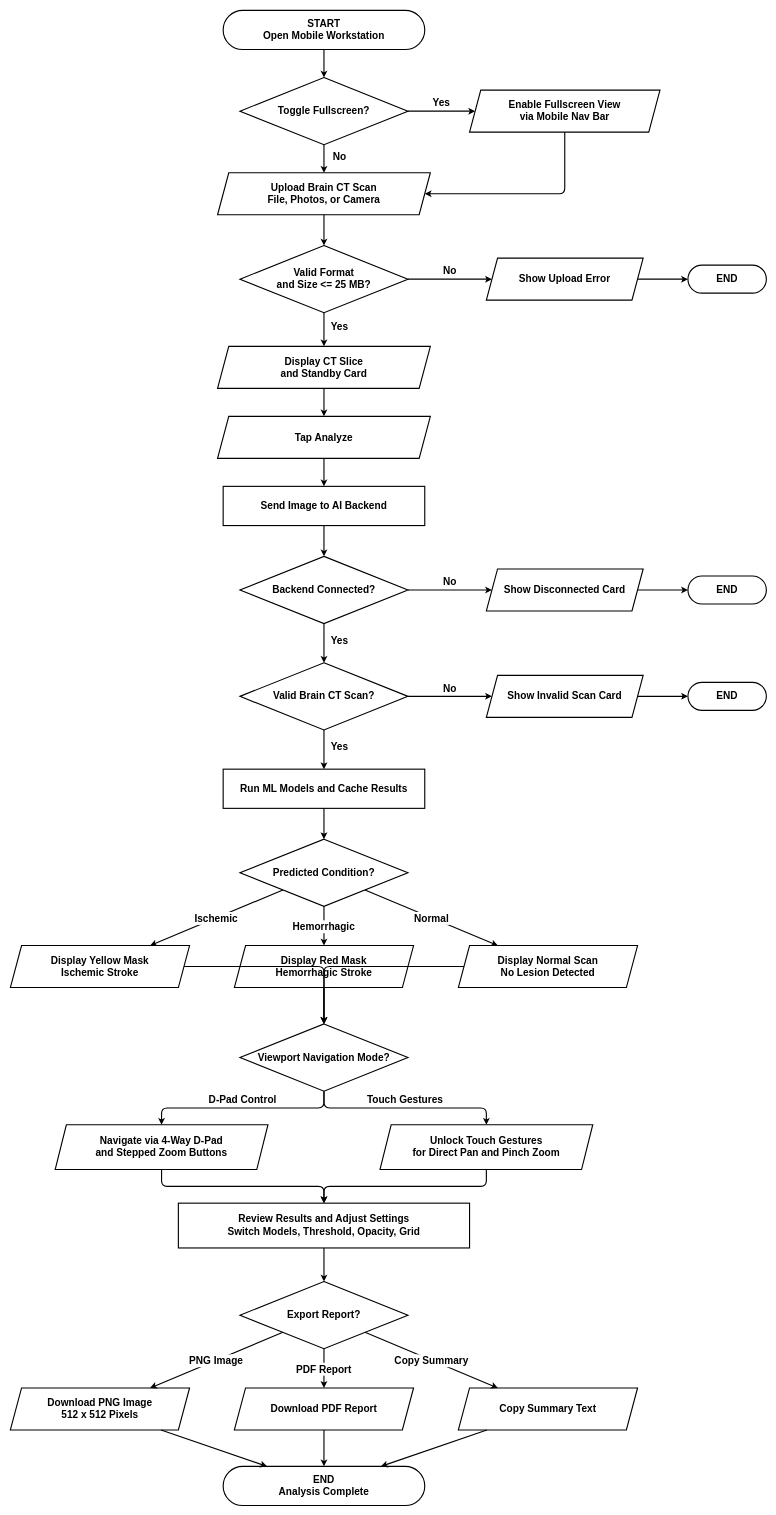
Above: page "Mobile Workflow" (2 of 2) of workflow-flowchart.drawio in Cell1991/nu-stroke-scan (draw.io), before the change. Source tidied: cells renumbered, new cells numbered last; positions are measured from the earlier drawing's top-left corner, leaving out a move shared by most shapes. Both pictures are drawn from the tidied source at 56%, with x=0, y=0 at pixel (10, 10).
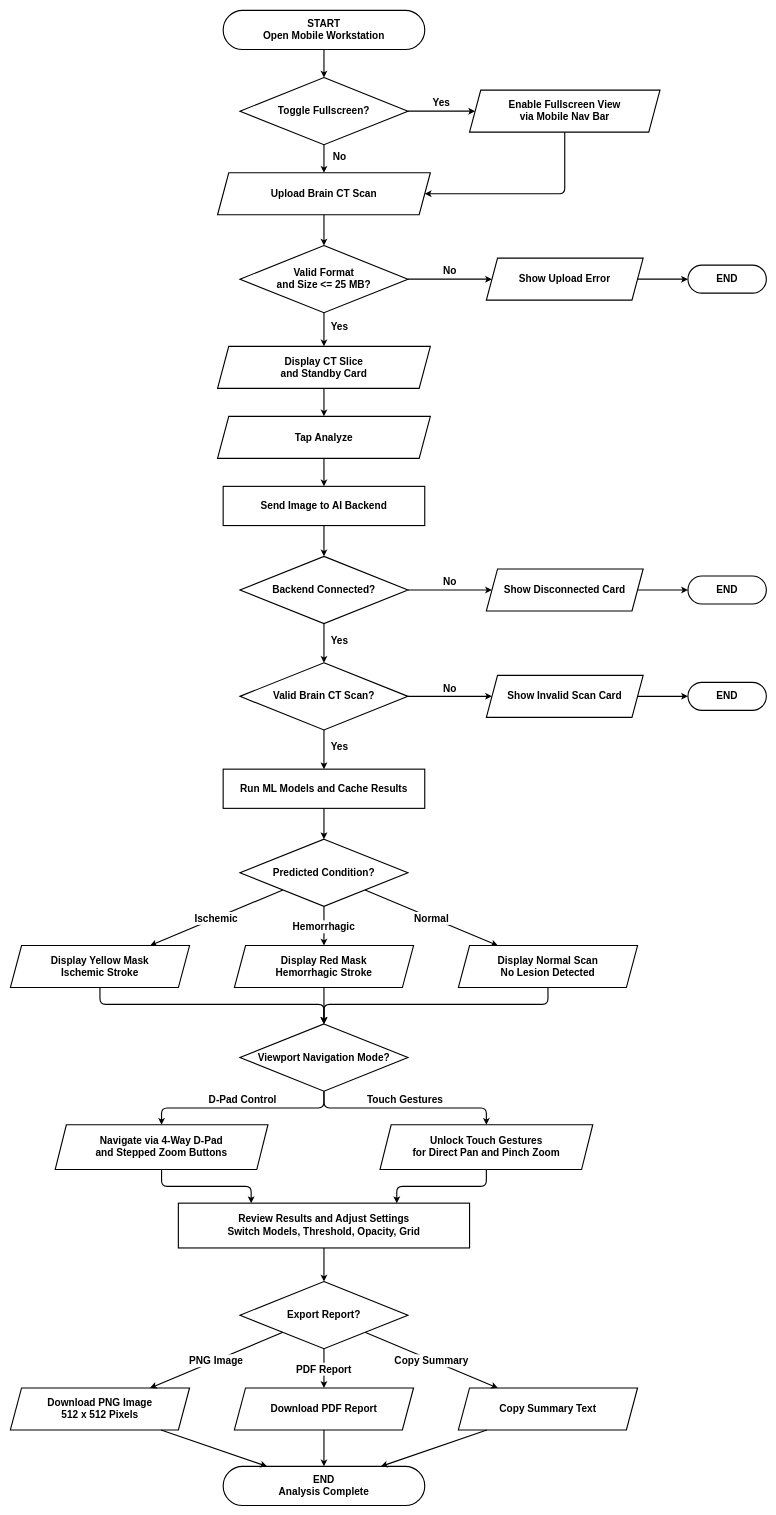
The same page after the edit.

Commit message (it also covers changes not shown here):
fix(diagrams): remove camera mode and fix overlapping orthogonal lines into dec_nav

Unchanged cells that the change refers to:
```xml
<mxCell id="20" value="Display Yellow Mask&#10;Ischemic Stroke" style="shape=parallelogram;perimeter=parallelogramPerimeter;whiteSpace=wrap;html=1;fixedSize=1;fillColor=#FFFFFF;strokeColor=#000000;strokeWidth=2;fontColor=#000000;fontFamily=Arial,Helvetica,sans-serif;fontStyle=1;fontSize=18;" parent="1" vertex="1">
  <mxGeometry y="1670" width="320" height="75" as="geometry" />
</mxCell>
<mxCell id="21" value="Display Red Mask&#10;Hemorrhagic Stroke" style="shape=parallelogram;perimeter=parallelogramPerimeter;whiteSpace=wrap;html=1;fixedSize=1;fillColor=#FFFFFF;strokeColor=#000000;strokeWidth=2;fontColor=#000000;fontFamily=Arial,Helvetica,sans-serif;fontStyle=1;fontSize=18;" parent="1" vertex="1">
  <mxGeometry x="400" y="1670" width="320" height="75" as="geometry" />
</mxCell>
<mxCell id="22" value="Display Normal Scan&#10;No Lesion Detected" style="shape=parallelogram;perimeter=parallelogramPerimeter;whiteSpace=wrap;html=1;fixedSize=1;fillColor=#FFFFFF;strokeColor=#000000;strokeWidth=2;fontColor=#000000;fontFamily=Arial,Helvetica,sans-serif;fontStyle=1;fontSize=18;" parent="1" vertex="1">
  <mxGeometry x="800" y="1670" width="320" height="75" as="geometry" />
</mxCell>
<mxCell id="23" value="Viewport Navigation Mode?" style="rhombus;whiteSpace=wrap;html=1;fillColor=#FFFFFF;strokeColor=#000000;strokeWidth=2;fontColor=#000000;fontFamily=Arial,Helvetica,sans-serif;fontStyle=1;fontSize=18;" parent="1" vertex="1">
  <mxGeometry x="410" y="1810" width="300" height="120" as="geometry" />
</mxCell>
<mxCell id="24" value="Navigate via 4-Way D-Pad&#10;and Stepped Zoom Buttons" style="shape=parallelogram;perimeter=parallelogramPerimeter;whiteSpace=wrap;html=1;fixedSize=1;fillColor=#FFFFFF;strokeColor=#000000;strokeWidth=2;fontColor=#000000;fontFamily=Arial,Helvetica,sans-serif;fontStyle=1;fontSize=18;" parent="1" vertex="1">
  <mxGeometry x="80" y="1990" width="380" height="80" as="geometry" />
</mxCell>
<mxCell id="25" value="Unlock Touch Gestures&#10;for Direct Pan and Pinch Zoom" style="shape=parallelogram;perimeter=parallelogramPerimeter;whiteSpace=wrap;html=1;fixedSize=1;fillColor=#FFFFFF;strokeColor=#000000;strokeWidth=2;fontColor=#000000;fontFamily=Arial,Helvetica,sans-serif;fontStyle=1;fontSize=18;" parent="1" vertex="1">
  <mxGeometry x="660" y="1990" width="380" height="80" as="geometry" />
</mxCell>
<mxCell id="26" value="Review Results and Adjust Settings&#10;Switch Models, Threshold, Opacity, Grid" style="rounded=0;whiteSpace=wrap;html=1;fillColor=#FFFFFF;strokeColor=#000000;strokeWidth=2;fontColor=#000000;fontFamily=Arial,Helvetica,sans-serif;fontStyle=1;fontSize=18;" parent="1" vertex="1">
  <mxGeometry x="300" y="2130" width="520" height="80" as="geometry" />
</mxCell>
```

Change to the diagram source:
```diff
@@
-    <mxCell id="5" value="Upload Brain CT Scan&#10;File, Photos, or Camera" style="shape=parallelogram;perimeter=parallelogramPerimeter;whiteSpace=wrap;html=1;fixedSize=1;fillColor=#FFFFFF;strokeColor=#000000;strokeWidth=2;fontColor=#000000;fontFamily=Arial,Helvetica,sans-serif;fontStyle=1;fontSize=18;" parent="1" vertex="1">
+    <mxCell id="5" value="Upload Brain CT Scan" style="shape=parallelogram;perimeter=parallelogramPerimeter;whiteSpace=wrap;html=1;fixedSize=1;fillColor=#FFFFFF;strokeColor=#000000;strokeWidth=2;fontColor=#000000;fontFamily=Arial,Helvetica,sans-serif;fontStyle=1;fontSize=18;" parent="1" vertex="1">
       <mxGeometry x="370" y="290" width="380" height="75" as="geometry" />
     </mxCell>
@@
-    <mxCell id="53" style="edgeStyle=orthogonalEdgeStyle;strokeColor=#000000;strokeWidth=2;" parent="1" edge="1" source="20" target="23">
-      <mxGeometry relative="1" as="geometry" />
+    <mxCell id="53" style="edgeStyle=orthogonalEdgeStyle;strokeColor=#000000;strokeWidth=2;exitX=0.5;exitY=1;exitDx=0;exitDy=0;entryX=0.5;entryY=0;entryDx=0;entryDy=0;" parent="1" edge="1" source="20" target="23">
+      <mxGeometry relative="1" as="geometry">
+        <Array as="points">
+          <mxPoint x="160" y="1775" />
+          <mxPoint x="560" y="1775" />
+        </Array>
+      </mxGeometry>
     </mxCell>
-    <mxCell id="54" style="strokeColor=#000000;strokeWidth=2;" parent="1" edge="1" source="21" target="23">
+    <mxCell id="54" style="strokeColor=#000000;strokeWidth=2;exitX=0.5;exitY=1;exitDx=0;exitDy=0;entryX=0.5;entryY=0;entryDx=0;entryDy=0;" parent="1" edge="1" source="21" target="23">
       <mxGeometry relative="1" as="geometry" />
     </mxCell>
-    <mxCell id="55" style="edgeStyle=orthogonalEdgeStyle;strokeColor=#000000;strokeWidth=2;" parent="1" edge="1" source="22" target="23">
-      <mxGeometry relative="1" as="geometry" />
+    <mxCell id="55" style="edgeStyle=orthogonalEdgeStyle;strokeColor=#000000;strokeWidth=2;exitX=0.5;exitY=1;exitDx=0;exitDy=0;entryX=0.5;entryY=0;entryDx=0;entryDy=0;" parent="1" edge="1" source="22" target="23">
+      <mxGeometry relative="1" as="geometry">
+        <Array as="points">
+          <mxPoint x="960" y="1775" />
+          <mxPoint x="560" y="1775" />
+        </Array>
+      </mxGeometry>
     </mxCell>
@@
-    <mxCell id="58" style="edgeStyle=orthogonalEdgeStyle;strokeColor=#000000;strokeWidth=2;" parent="1" edge="1" source="24" target="26">
-      <mxGeometry relative="1" as="geometry" />
+    <mxCell id="58" style="edgeStyle=orthogonalEdgeStyle;strokeColor=#000000;strokeWidth=2;exitX=0.5;exitY=1;exitDx=0;exitDy=0;entryX=0.25;entryY=0;entryDx=0;entryDy=0;" parent="1" edge="1" source="24" target="26">
+      <mxGeometry relative="1" as="geometry">
+        <Array as="points">
+          <mxPoint x="270" y="2100" />
+          <mxPoint x="430" y="2100" />
+        </Array>
+      </mxGeometry>
     </mxCell>
-    <mxCell id="59" style="edgeStyle=orthogonalEdgeStyle;strokeColor=#000000;strokeWidth=2;" parent="1" edge="1" source="25" target="26">
-      <mxGeometry relative="1" as="geometry" />
+    <mxCell id="59" style="edgeStyle=orthogonalEdgeStyle;strokeColor=#000000;strokeWidth=2;exitX=0.5;exitY=1;exitDx=0;exitDy=0;entryX=0.75;entryY=0;entryDx=0;entryDy=0;" parent="1" edge="1" source="25" target="26">
+      <mxGeometry relative="1" as="geometry">
+        <Array as="points">
+          <mxPoint x="850" y="2100" />
+          <mxPoint x="690" y="2100" />
+        </Array>
+      </mxGeometry>
     </mxCell>
```
